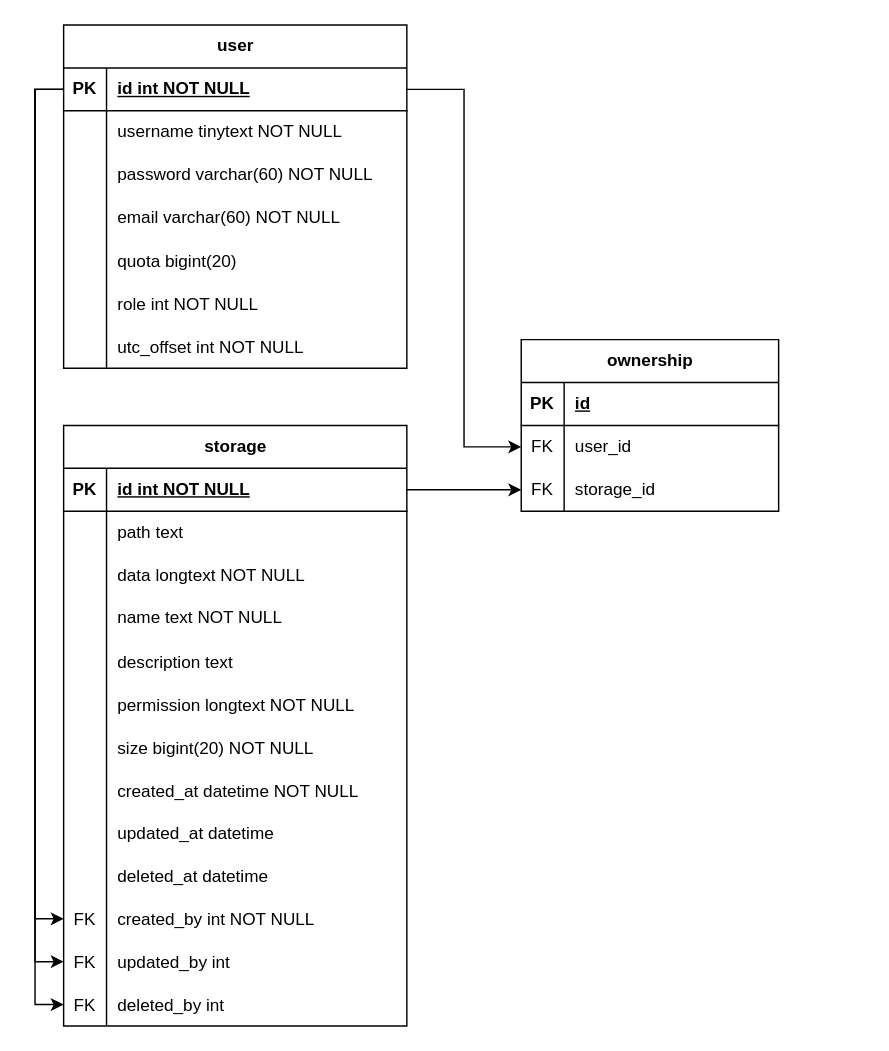
The draw.io diagram Database Schema.drawio in Veteranfighter/daba-file-manager, before the edit. Source tidied: cells renumbered, new cells numbered last; positions are measured from the earlier drawing's top-left corner, leaving out a move shared by most shapes. Both pictures are drawn from the tidied source at 143%, with x=0, y=0 at pixel (63, 24).
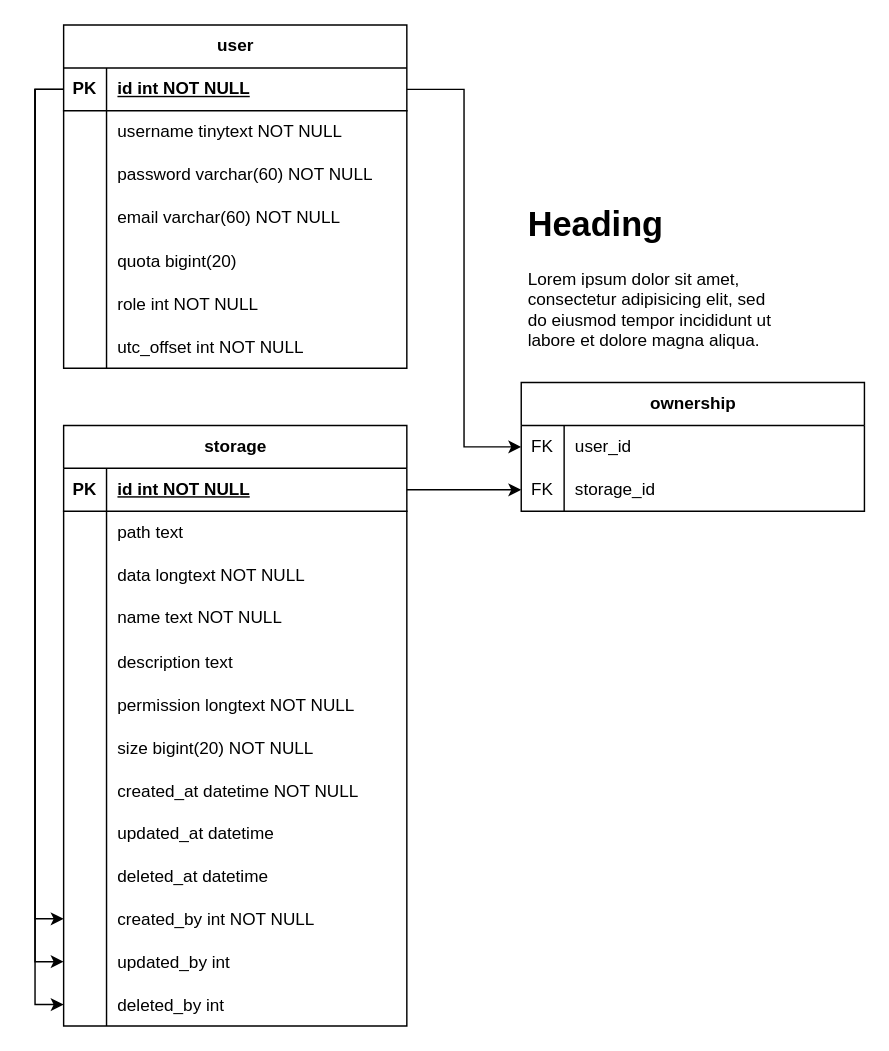
After the change.

Unchanged cells that the change refers to:
```xml
<mxCell id="3" style="shape=tableRow;horizontal=0;startSize=0;swimlaneHead=0;swimlaneBody=0;fillColor=none;points=[[0,0.5],[1,0.5]];portConstraint=eastwest;top=0;left=0;right=0;bottom=1;" parent="2" vertex="1">
  <mxGeometry y="30" width="240" height="30" as="geometry" />
</mxCell>
<mxCell id="25" style="shape=tableRow;horizontal=0;startSize=0;swimlaneHead=0;swimlaneBody=0;fillColor=none;points=[[0,0.5],[1,0.5]];portConstraint=eastwest;top=0;left=0;right=0;bottom=1;" parent="24" vertex="1">
  <mxGeometry y="30" width="240" height="30" as="geometry" />
</mxCell>
<mxCell id="55" style="shape=tableRow;horizontal=0;startSize=0;swimlaneHead=0;swimlaneBody=0;fillColor=none;points=[[0,0.5],[1,0.5]];portConstraint=eastwest;top=0;left=0;right=0;bottom=0;" parent="24" vertex="1">
  <mxGeometry y="330" width="240" height="30" as="geometry" />
</mxCell>
<mxCell id="58" style="shape=tableRow;horizontal=0;startSize=0;swimlaneHead=0;swimlaneBody=0;fillColor=none;points=[[0,0.5],[1,0.5]];portConstraint=eastwest;top=0;left=0;right=0;bottom=0;" parent="24" vertex="1">
  <mxGeometry y="360" width="240" height="30" as="geometry" />
</mxCell>
<mxCell id="61" style="shape=tableRow;horizontal=0;startSize=0;swimlaneHead=0;swimlaneBody=0;fillColor=none;points=[[0,0.5],[1,0.5]];portConstraint=eastwest;top=0;left=0;right=0;bottom=0;" parent="24" vertex="1">
  <mxGeometry y="390" width="240" height="30" as="geometry" />
</mxCell>
```

Change to the diagram source:
```diff
@@
-    <mxCell id="56" value="FK" style="shape=partialRectangle;fillColor=none;top=0;left=0;bottom=0;right=0;overflow=hidden;" parent="55" vertex="1">
+    <mxCell id="56" style="shape=partialRectangle;fillColor=none;top=0;left=0;bottom=0;right=0;overflow=hidden;" parent="55" vertex="1">
       <mxGeometry width="30" height="30" as="geometry" />
     </mxCell>
@@
-    <mxCell id="59" value="FK" style="shape=partialRectangle;fillColor=none;top=0;left=0;bottom=0;right=0;overflow=hidden;" parent="58" vertex="1">
+    <mxCell id="59" style="shape=partialRectangle;fillColor=none;top=0;left=0;bottom=0;right=0;overflow=hidden;" parent="58" vertex="1">
       <mxGeometry width="30" height="30" as="geometry" />
     </mxCell>
@@
-    <mxCell id="62" value="FK" style="shape=partialRectangle;fillColor=none;top=0;left=0;bottom=0;right=0;overflow=hidden;" parent="61" vertex="1">
+    <mxCell id="62" style="shape=partialRectangle;fillColor=none;top=0;left=0;bottom=0;right=0;overflow=hidden;" parent="61" vertex="1">
       <mxGeometry width="30" height="30" as="geometry" />
     </mxCell>
@@
+    <mxCell id="69" value="ownership" style="shape=table;startSize=30;childLayout=tableLayout;rowLines=0;fontStyle=1;align=center;html=1;" parent="1" vertex="1">
+      <mxGeometry x="320" y="250" width="240" height="90" as="geometry" />
+    </mxCell>
+    <mxCell id="79" style="shape=tableRow;horizontal=0;startSize=0;swimlaneHead=0;swimlaneBody=0;fillColor=none;points=[[0,0.5],[1,0.5]];portConstraint=eastwest;top=0;left=0;right=0;bottom=0;" parent="69" vertex="1">
+      <mxGeometry y="30" width="240" height="30" as="geometry" />
+    </mxCell>
+    <mxCell id="80" value="FK" style="shape=partialRectangle;fillColor=none;top=0;left=0;bottom=0;right=0;fontStyle=0;overflow=hidden;whiteSpace=wrap;html=1;" parent="79" vertex="1">
+      <mxGeometry width="30" height="30" as="geometry" />
+    </mxCell>
+    <mxCell id="75" value="user_id" style="shape=partialRectangle;fillColor=none;top=0;left=0;bottom=0;right=0;align=left;spacingLeft=6;fontStyle=0;overflow=hidden;whiteSpace=wrap;html=1;" parent="79" vertex="1">
+      <mxGeometry x="30" width="210" height="30" as="geometry" />
+    </mxCell>
+    <mxCell id="81" style="shape=tableRow;horizontal=0;startSize=0;swimlaneHead=0;swimlaneBody=0;fillColor=none;points=[[0,0.5],[1,0.5]];portConstraint=eastwest;top=0;left=0;right=0;bottom=0;" parent="69" vertex="1">
+      <mxGeometry y="60" width="240" height="30" as="geometry" />
+    </mxCell>
+    <mxCell id="82" value="FK" style="shape=partialRectangle;fillColor=none;top=0;left=0;bottom=0;right=0;fontStyle=0;overflow=hidden;whiteSpace=wrap;html=1;" parent="81" vertex="1">
+      <mxGeometry width="30" height="30" as="geometry" />
+    </mxCell>
+    <mxCell id="78" value="storage_id" style="shape=partialRectangle;fillColor=none;top=0;left=0;bottom=0;right=0;align=left;spacingLeft=6;fontStyle=0;overflow=hidden;whiteSpace=wrap;html=1;" parent="81" vertex="1">
+      <mxGeometry x="30" width="210" height="30" as="geometry" />
+    </mxCell>
-    <mxCell id="64" style="edgeStyle=orthogonalEdgeStyle;rounded=0;jettySize=auto;html=1;entryX=0;entryY=0.5;entryDx=0;entryDy=0;" parent="1" edge="1" source="25" target="76">
+    <mxCell id="64" style="edgeStyle=orthogonalEdgeStyle;rounded=0;jettySize=auto;html=1;" parent="1" edge="1" source="25" target="81">
       <mxGeometry relative="1" as="geometry" />
     </mxCell>
-    <mxCell id="65" style="edgeStyle=orthogonalEdgeStyle;rounded=0;jettySize=auto;html=1;entryX=0;entryY=0.5;entryDx=0;entryDy=0;" parent="1" edge="1" source="3" target="73">
+    <mxCell id="65" style="edgeStyle=orthogonalEdgeStyle;rounded=0;jettySize=auto;html=1;entryX=0;entryY=0.5;entryDx=0;entryDy=0;" parent="1" edge="1" source="3" target="79">
       <mxGeometry relative="1" as="geometry" />
     </mxCell>
@@
-    <mxCell id="69" value="ownership" style="shape=table;startSize=30;childLayout=tableLayout;rowLines=0;fontStyle=1;align=center;html=1;" parent="1" vertex="1">
-      <mxGeometry x="320" y="220" width="180" height="120" as="geometry" />
-    </mxCell>
-    <mxCell id="70" style="shape=tableRow;horizontal=0;startSize=0;swimlaneHead=0;swimlaneBody=0;fillColor=none;top=0;left=0;right=0;bottom=1;" parent="69" vertex="1">
-      <mxGeometry y="30" width="180" height="30" as="geometry" />
-    </mxCell>
-    <mxCell id="71" value="PK" style="shape=partialRectangle;fillColor=none;top=0;left=0;bottom=0;right=0;fontStyle=1;overflow=hidden;whiteSpace=wrap;html=1;" parent="70" vertex="1">
-      <mxGeometry width="30" height="30" as="geometry" />
-    </mxCell>
-    <mxCell id="72" value="id" style="shape=partialRectangle;fillColor=none;top=0;left=0;bottom=0;right=0;align=left;spacingLeft=6;fontStyle=5;overflow=hidden;whiteSpace=wrap;html=1;" parent="70" vertex="1">
-      <mxGeometry x="30" width="150" height="30" as="geometry" />
-    </mxCell>
-    <mxCell id="73" style="shape=tableRow;horizontal=0;startSize=0;swimlaneHead=0;swimlaneBody=0;fillColor=none;points=[[0,0.5],[1,0.5]];portConstraint=eastwest;top=0;left=0;right=0;bottom=0;" parent="69" vertex="1">
-      <mxGeometry y="60" width="180" height="30" as="geometry" />
-    </mxCell>
-    <mxCell id="74" value="FK" style="shape=partialRectangle;fillColor=none;top=0;left=0;bottom=0;right=0;overflow=hidden;whiteSpace=wrap;html=1;" parent="73" vertex="1">
-      <mxGeometry width="30" height="30" as="geometry" />
-    </mxCell>
-    <mxCell id="75" value="user_id" style="shape=partialRectangle;fillColor=none;top=0;left=0;bottom=0;right=0;align=left;spacingLeft=6;overflow=hidden;whiteSpace=wrap;html=1;" parent="73" vertex="1">
-      <mxGeometry x="30" width="150" height="30" as="geometry" />
-    </mxCell>
-    <mxCell id="76" style="shape=tableRow;horizontal=0;startSize=0;swimlaneHead=0;swimlaneBody=0;fillColor=none;points=[[0,0.5],[1,0.5]];portConstraint=eastwest;top=0;left=0;right=0;bottom=0;" parent="69" vertex="1">
-      <mxGeometry y="90" width="180" height="30" as="geometry" />
-    </mxCell>
-    <mxCell id="77" value="FK" style="shape=partialRectangle;fillColor=none;top=0;left=0;bottom=0;right=0;overflow=hidden;whiteSpace=wrap;html=1;" parent="76" vertex="1">
-      <mxGeometry width="30" height="30" as="geometry" />
-    </mxCell>
-    <mxCell id="78" value="storage_id" style="shape=partialRectangle;fillColor=none;top=0;left=0;bottom=0;right=0;align=left;spacingLeft=6;overflow=hidden;whiteSpace=wrap;html=1;" parent="76" vertex="1">
-      <mxGeometry x="30" width="150" height="30" as="geometry" />
-    </mxCell>
+    <mxCell id="83" value="&lt;h1&gt;Heading&lt;/h1&gt;&lt;p&gt;Lorem ipsum dolor sit amet, consectetur adipisicing elit, sed do eiusmod tempor incididunt ut labore et dolore magna aliqua.&lt;/p&gt;" style="text;html=1;strokeColor=none;fillColor=none;spacing=5;spacingTop=-20;whiteSpace=wrap;overflow=hidden;rounded=0;" parent="1" vertex="1">
+      <mxGeometry x="320" y="120" width="190" height="120" as="geometry" />
+    </mxCell>
```
